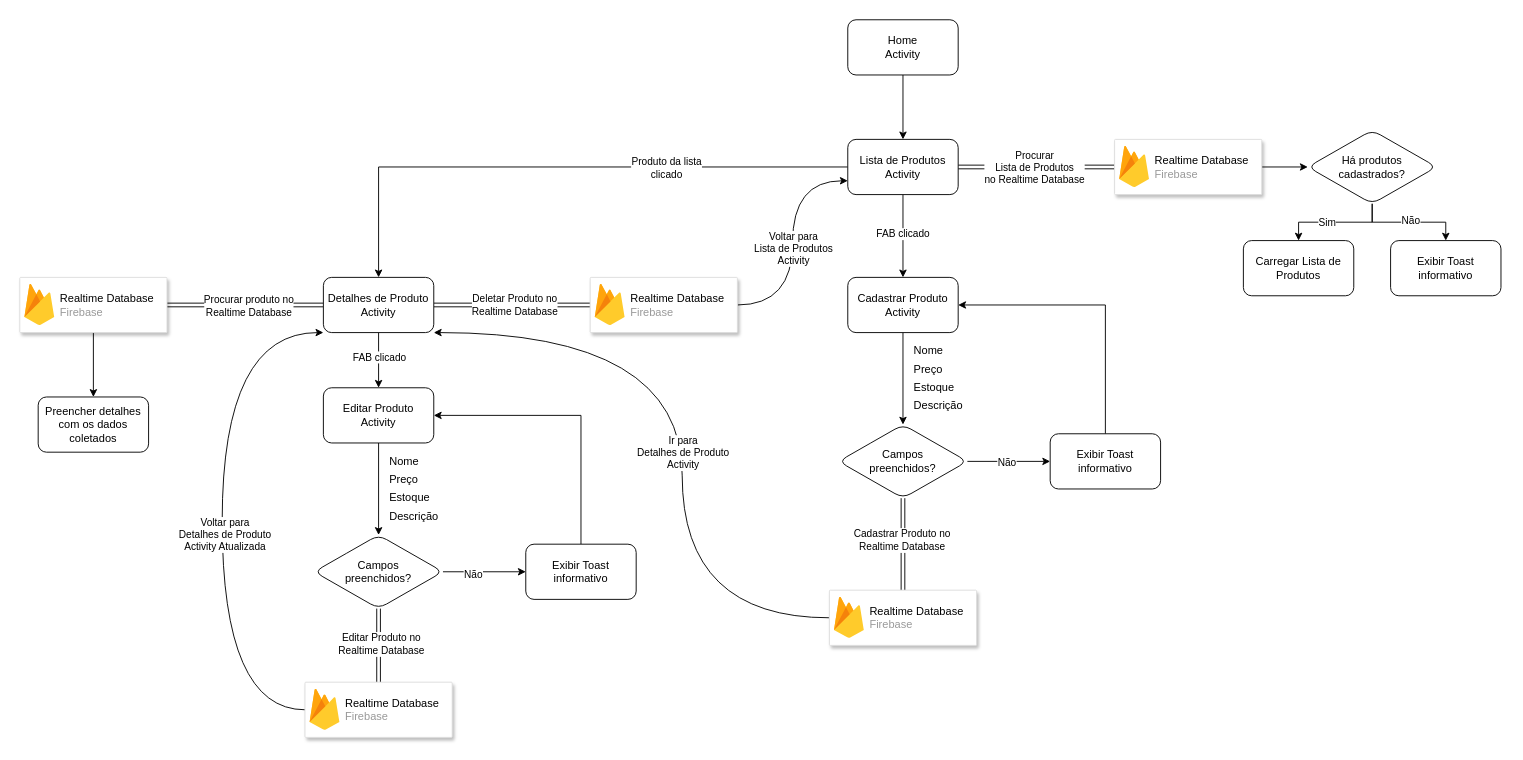
GEdO23/PriceWhisperApp keeps this draw.io diagram as documentacao/diagramas/EstruturaDePastas.drawio. Above is the earlier version. Source tidied: cells renumbered, new cells numbered last; positions are measured from the earlier drawing's top-left corner, leaving out a move shared by most shapes. Both pictures are drawn from the tidied source at 92%, with x=0, y=0 at pixel (19, 19).
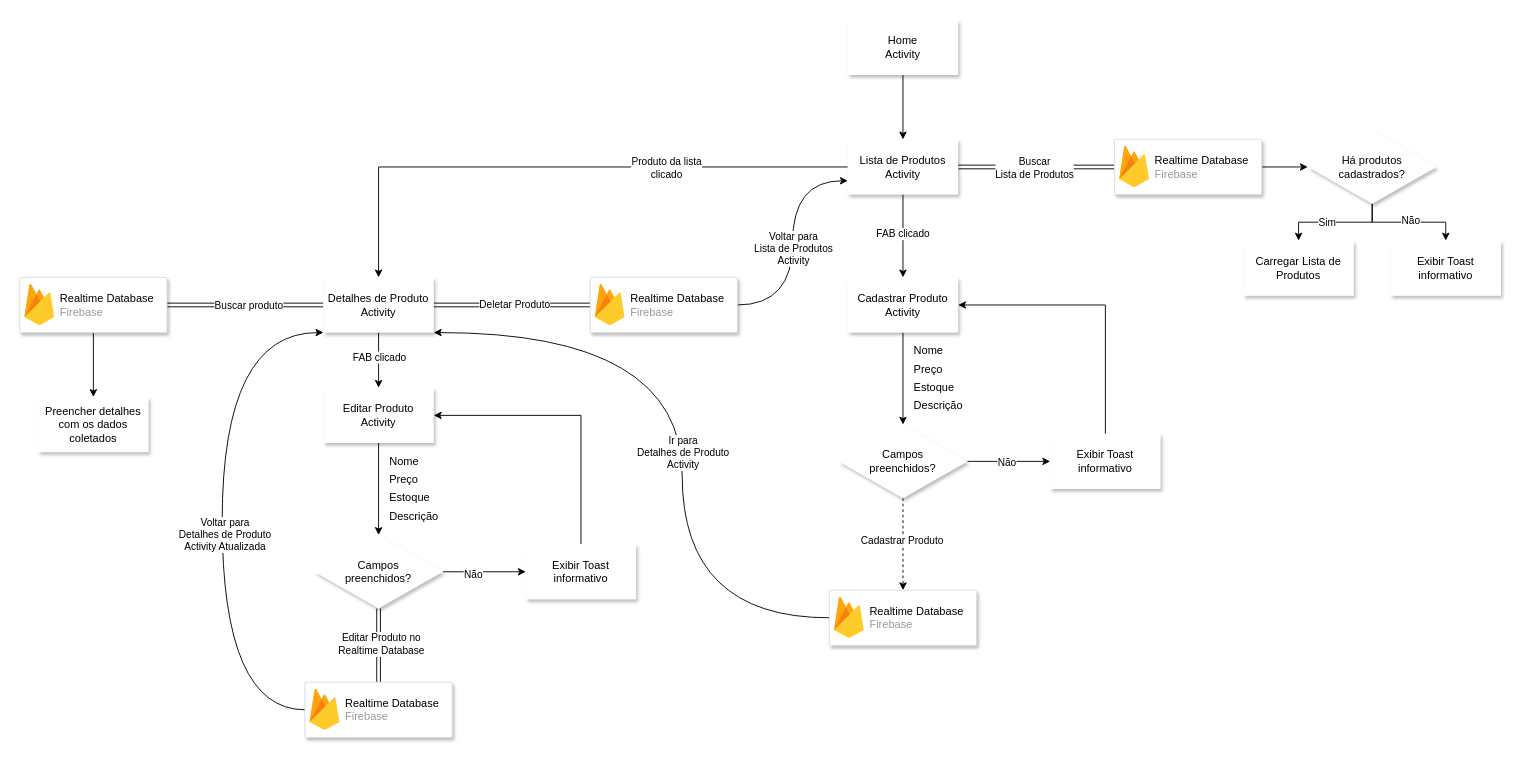
The same page after the edit.

The change refers to these unchanged cells:
```xml
<mxCell id="6" style="edgeStyle=orthogonalEdgeStyle;rounded=0;jettySize=auto;html=1;entryX=0;entryY=0.5;entryDx=0;entryDy=0;shape=link;" parent="1" edge="1" source="10" target="28">
  <mxGeometry relative="1" as="geometry" />
</mxCell>
<mxCell id="11" style="edgeStyle=orthogonalEdgeStyle;rounded=0;jettySize=auto;html=1;shape=link;" parent="1" edge="1" source="17" target="34">
  <mxGeometry relative="1" as="geometry" />
</mxCell>
<mxCell id="13" style="edgeStyle=orthogonalEdgeStyle;rounded=0;jettySize=auto;html=1;shape=link;" parent="1" edge="1" source="17" target="38">
  <mxGeometry relative="1" as="geometry" />
</mxCell>
<mxCell id="68" style="strokeColor=#dddddd;shadow=1;strokeWidth=1;rounded=1;absoluteArcSize=1;arcSize=2;" parent="1" vertex="1">
  <mxGeometry x="880" y="620" width="160" height="60" as="geometry" />
</mxCell>
```

What changed in the source:
```diff
@@
-    <mxCell id="3" value="Home&lt;br&gt;Activity" style="rounded=1;whiteSpace=wrap;html=1;" parent="1" vertex="1">
+    <mxCell id="3" value="Home&lt;br&gt;Activity" style="rounded=0;whiteSpace=wrap;html=1;shadow=1;strokeColor=none;" parent="1" vertex="1">
       <mxGeometry x="900" width="120" height="60" as="geometry" />
     </mxCell>
@@
-    <mxCell id="7" value="Procurar &lt;br&gt;Lista de Produtos&lt;br&gt;no Realtime Database" style="edgeLabel;html=1;align=center;verticalAlign=middle;" parent="6" vertex="1">
+    <mxCell id="7" value="Buscar&lt;br&gt;Lista de Produtos" style="edgeLabel;html=1;align=center;verticalAlign=middle;" parent="6" vertex="1">
       <mxGeometry x="-0.13" y="1" relative="1" as="geometry">
         <mxPoint x="8" y="1" as="offset" />
       </mxGeometry>
     </mxCell>
@@
-    <mxCell id="10" value="Lista de Produtos&lt;br&gt;Activity" style="whiteSpace=wrap;html=1;rounded=1;" parent="1" vertex="1">
+    <mxCell id="10" value="Lista de Produtos&lt;br&gt;Activity" style="whiteSpace=wrap;html=1;rounded=0;shadow=1;strokeColor=none;" parent="1" vertex="1">
       <mxGeometry x="900" y="130" width="120" height="60" as="geometry" />
     </mxCell>
@@
-    <mxCell id="12" value="Procurar produto no&lt;div&gt;Realtime Database&lt;/div&gt;" style="edgeLabel;html=1;align=center;verticalAlign=middle;" parent="11" vertex="1">
+    <mxCell id="12" value="Buscar produto" style="edgeLabel;html=1;align=center;verticalAlign=middle;" parent="11" vertex="1">
       <mxGeometry x="-0.03" relative="1" as="geometry" />
     </mxCell>
@@
-    <mxCell id="14" value="Deletar Produto no&lt;br&gt;Realtime Database" style="edgeLabel;html=1;align=center;verticalAlign=middle;" parent="13" vertex="1">
+    <mxCell id="14" value="Deletar Produto" style="edgeLabel;html=1;align=center;verticalAlign=middle;" parent="13" vertex="1">
       <mxGeometry x="0.02" y="1" relative="1" as="geometry" />
     </mxCell>
@@
-    <mxCell id="17" value="Detalhes de Produto&lt;br&gt;Activity" style="whiteSpace=wrap;html=1;rounded=1;" parent="1" vertex="1">
+    <mxCell id="17" value="Detalhes de Produto&lt;br&gt;Activity" style="whiteSpace=wrap;html=1;rounded=0;strokeColor=none;shadow=1;" parent="1" vertex="1">
       <mxGeometry x="330" y="280" width="120" height="60" as="geometry" />
     </mxCell>
@@
-    <mxCell id="19" value="Editar Produto&lt;br&gt;Activity" style="whiteSpace=wrap;html=1;rounded=1;" parent="1" vertex="1">
+    <mxCell id="19" value="Editar Produto&lt;br&gt;Activity" style="whiteSpace=wrap;html=1;rounded=0;shadow=1;strokeColor=none;" parent="1" vertex="1">
       <mxGeometry x="330" y="400" width="120" height="60" as="geometry" />
     </mxCell>
@@
-    <mxCell id="21" value="Cadastrar Produto&lt;br&gt;Activity" style="whiteSpace=wrap;html=1;rounded=1;" parent="1" vertex="1">
+    <mxCell id="21" value="Cadastrar Produto&lt;br&gt;Activity" style="whiteSpace=wrap;html=1;rounded=0;shadow=1;strokeColor=none;" parent="1" vertex="1">
       <mxGeometry x="900" y="280" width="120" height="60" as="geometry" />
     </mxCell>
@@
-    <mxCell id="26" value="Há produtos cadastrados?" style="rhombus;whiteSpace=wrap;html=1;rounded=1;" parent="1" vertex="1">
+    <mxCell id="26" value="Há produtos cadastrados?" style="rhombus;whiteSpace=wrap;html=1;rounded=0;shadow=1;strokeColor=none;" parent="1" vertex="1">
       <mxGeometry x="1400" y="120" width="140" height="80" as="geometry" />
     </mxCell>
@@
-    <mxCell id="30" value="Carregar Lista de Produtos" style="rounded=1;whiteSpace=wrap;html=1;" parent="1" vertex="1">
+    <mxCell id="30" value="Carregar Lista de Produtos" style="rounded=0;whiteSpace=wrap;html=1;shadow=1;strokeColor=none;" parent="1" vertex="1">
       <mxGeometry x="1330" y="240" width="120" height="60" as="geometry" />
     </mxCell>
-    <mxCell id="31" value="Exibir Toast informativo" style="rounded=1;whiteSpace=wrap;html=1;" parent="1" vertex="1">
+    <mxCell id="31" value="Exibir Toast informativo" style="rounded=0;whiteSpace=wrap;html=1;shadow=1;strokeColor=none;" parent="1" vertex="1">
       <mxGeometry x="1490" y="240" width="120" height="60" as="geometry" />
     </mxCell>
@@
-    <mxCell id="33" value="Preencher detalhes com os dados coletados" style="rounded=1;whiteSpace=wrap;html=1;" parent="1" vertex="1">
+    <mxCell id="33" value="Preencher detalhes com os dados coletados" style="rounded=0;whiteSpace=wrap;html=1;shadow=1;strokeColor=none;" parent="1" vertex="1">
       <mxGeometry x="20" y="410" width="120" height="60" as="geometry" />
     </mxCell>
@@
-    <mxCell id="44" value="Campos&lt;br&gt;preenchidos?" style="rhombus;whiteSpace=wrap;html=1;rounded=1;" parent="1" vertex="1">
+    <mxCell id="44" value="Campos&lt;br&gt;preenchidos?" style="rhombus;whiteSpace=wrap;html=1;rounded=0;shadow=1;strokeColor=none;" parent="1" vertex="1">
       <mxGeometry x="320" y="560" width="140" height="80" as="geometry" />
     </mxCell>
@@
-    <mxCell id="50" value="Exibir Toast informativo" style="whiteSpace=wrap;html=1;rounded=1;" parent="1" vertex="1">
+    <mxCell id="50" value="Exibir Toast informativo" style="whiteSpace=wrap;html=1;rounded=0;shadow=1;strokeColor=none;" parent="1" vertex="1">
       <mxGeometry x="550" y="570" width="120" height="60" as="geometry" />
     </mxCell>
@@
-    <mxCell id="55" style="edgeStyle=orthogonalEdgeStyle;rounded=0;jettySize=auto;html=1;shape=link;" parent="1" edge="1" source="57" target="68">
+    <mxCell id="55" style="edgeStyle=orthogonalEdgeStyle;rounded=0;jettySize=auto;html=1;dashed=1;" parent="1" edge="1" source="57" target="68">
       <mxGeometry relative="1" as="geometry" />
     </mxCell>
-    <mxCell id="56" value="Cadastrar Produto no&lt;br&gt;Realtime Database" style="edgeLabel;html=1;align=center;verticalAlign=middle;" parent="55" vertex="1">
+    <mxCell id="56" value="Cadastrar Produto" style="edgeLabel;html=1;align=center;verticalAlign=middle;" parent="55" vertex="1">
       <mxGeometry x="-0.1" y="-2" relative="1" as="geometry" />
     </mxCell>
-    <mxCell id="57" value="Campos&lt;br&gt;preenchidos?" style="rhombus;whiteSpace=wrap;html=1;rounded=1;" parent="1" vertex="1">
+    <mxCell id="57" value="Campos&lt;br&gt;preenchidos?" style="rhombus;whiteSpace=wrap;html=1;rounded=0;shadow=1;strokeColor=none;" parent="1" vertex="1">
       <mxGeometry x="890" y="440" width="140" height="80" as="geometry" />
     </mxCell>
@@
-    <mxCell id="65" value="Exibir Toast informativo" style="whiteSpace=wrap;html=1;rounded=1;" parent="1" vertex="1">
+    <mxCell id="65" value="Exibir Toast informativo" style="whiteSpace=wrap;html=1;rounded=0;shadow=1;strokeColor=none;" parent="1" vertex="1">
       <mxGeometry x="1120" y="450" width="120" height="60" as="geometry" />
     </mxCell>
```
